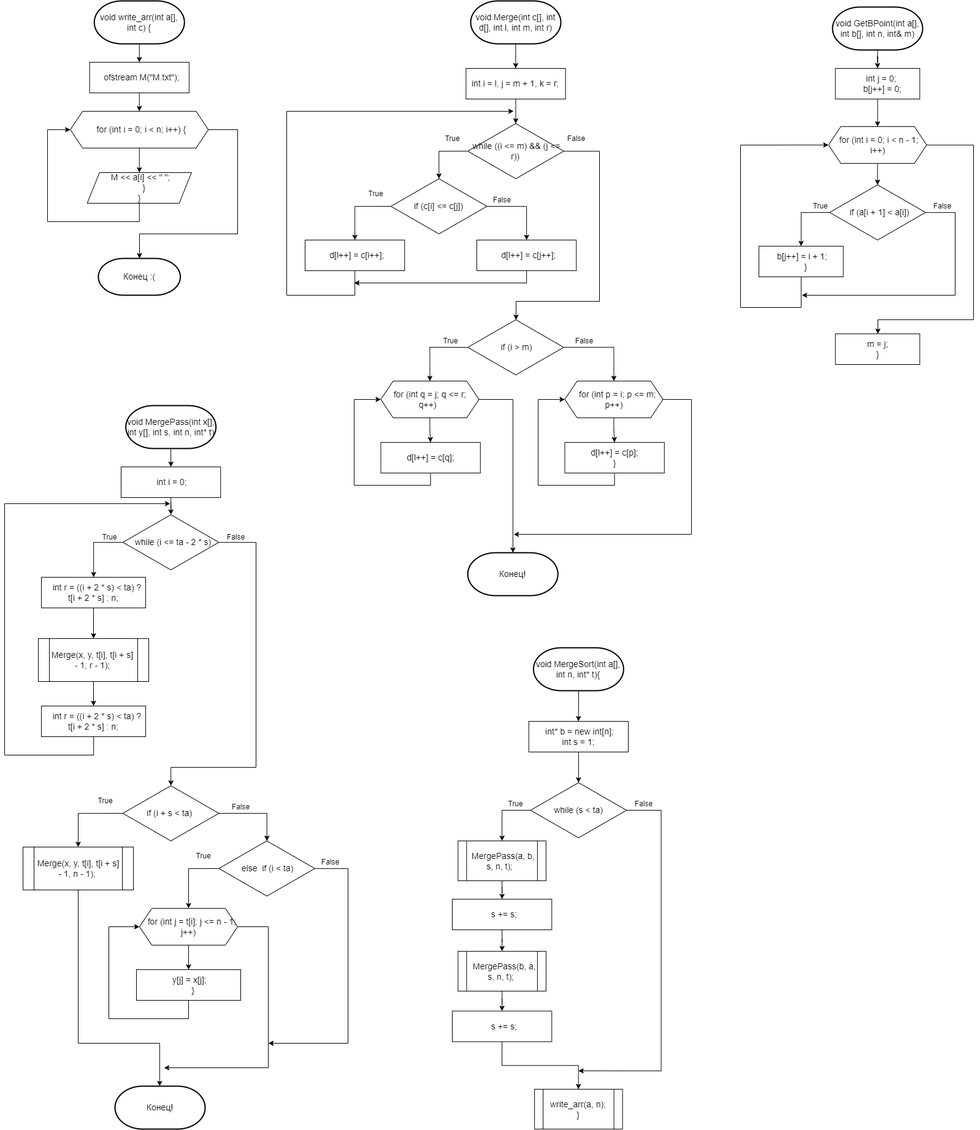
Above: Sem_2/Labs/15/images/Natural.png in MOkASiH/Labs_PSTU_2023 (draw.io), before the change. Source tidied: cells renumbered, new cells last; positions are measured from the earlier drawing's top-left corner, leaving out a move shared by most shapes.
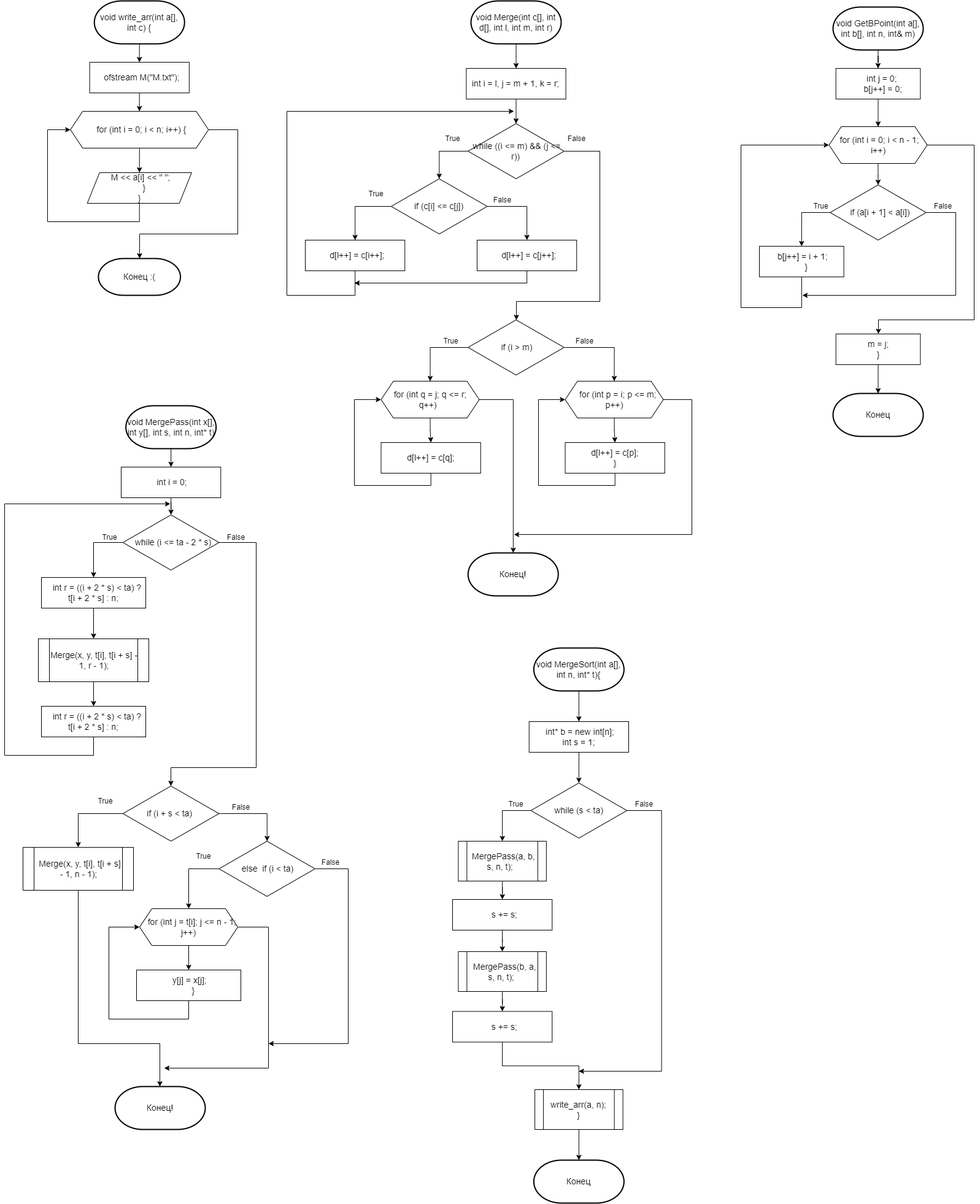
The same file after the commit.

Change to the diagram source:
```diff
@@ -368,6 +368,9 @@
     <mxCell id="93" value="&amp;nbsp; &amp;nbsp;s += s;&amp;nbsp;" style="rounded=0;whiteSpace=wrap;html=1;fontSize=14;align=center;" parent="1" vertex="1">
       <mxGeometry x="730" y="1647.5" width="162.3" height="50" as="geometry" />
     </mxCell>
+    <mxCell id="112" style="edgeStyle=orthogonalEdgeStyle;rounded=0;jettySize=auto;html=1;" parent="1" edge="1" source="94" target="114">
+      <mxGeometry relative="1" as="geometry" />
+    </mxCell>
     <mxCell id="94" value="&lt;div&gt;write_arr(a, n);&lt;/div&gt;&lt;div&gt;}&lt;/div&gt;" style="shape=process;whiteSpace=wrap;html=1;backgroundOutline=1;fontSize=14;" parent="1" vertex="1">
       <mxGeometry x="864.1" y="1775" width="143.5" height="65" as="geometry" />
     </mxCell>
@@ -431,6 +434,9 @@
     <mxCell id="108" value="&lt;div style=&quot;&quot;&gt;&lt;div&gt;&amp;nbsp; b[j++] = i + 1;&amp;nbsp;&lt;/div&gt;&lt;div&gt;&amp;nbsp; &amp;nbsp; }&lt;/div&gt;&lt;/div&gt;" style="rounded=0;whiteSpace=wrap;html=1;fontSize=14;align=center;" parent="1" vertex="1">
       <mxGeometry x="1230" y="400" width="137.6" height="50" as="geometry" />
     </mxCell>
+    <mxCell id="113" style="edgeStyle=orthogonalEdgeStyle;rounded=0;jettySize=auto;html=1;" parent="1" edge="1" source="109" target="115">
+      <mxGeometry relative="1" as="geometry" />
+    </mxCell>
     <mxCell id="109" value="&lt;div style=&quot;&quot;&gt;&lt;div&gt;&amp;nbsp;m = j;&amp;nbsp;&lt;/div&gt;&lt;div&gt;}&lt;/div&gt;&lt;/div&gt;" style="rounded=0;whiteSpace=wrap;html=1;fontSize=14;align=center;" parent="1" vertex="1">
       <mxGeometry x="1354.7" y="543" width="137.6" height="50" as="geometry" />
     </mxCell>
@@ -440,5 +446,11 @@
     <mxCell id="111" value="True" style="text;html=1;align=center;verticalAlign=middle;strokeColor=none;fillColor=none;" parent="1" vertex="1">
       <mxGeometry x="1304.7" y="320" width="50" height="30" as="geometry" />
     </mxCell>
+    <mxCell id="114" value="&lt;div&gt;Конец&lt;/div&gt;" style="strokeWidth=2;html=1;shape=mxgraph.flowchart.terminator;whiteSpace=wrap;fontSize=14;" parent="1" vertex="1">
+      <mxGeometry x="862.4" y="1890" width="147" height="70" as="geometry" />
+    </mxCell>
+    <mxCell id="115" value="&lt;div&gt;Конец&lt;/div&gt;" style="strokeWidth=2;html=1;shape=mxgraph.flowchart.terminator;whiteSpace=wrap;fontSize=14;" parent="1" vertex="1">
+      <mxGeometry x="1350" y="640" width="147" height="70" as="geometry" />
+    </mxCell>
   </root>
 </mxGraphModel>
```
